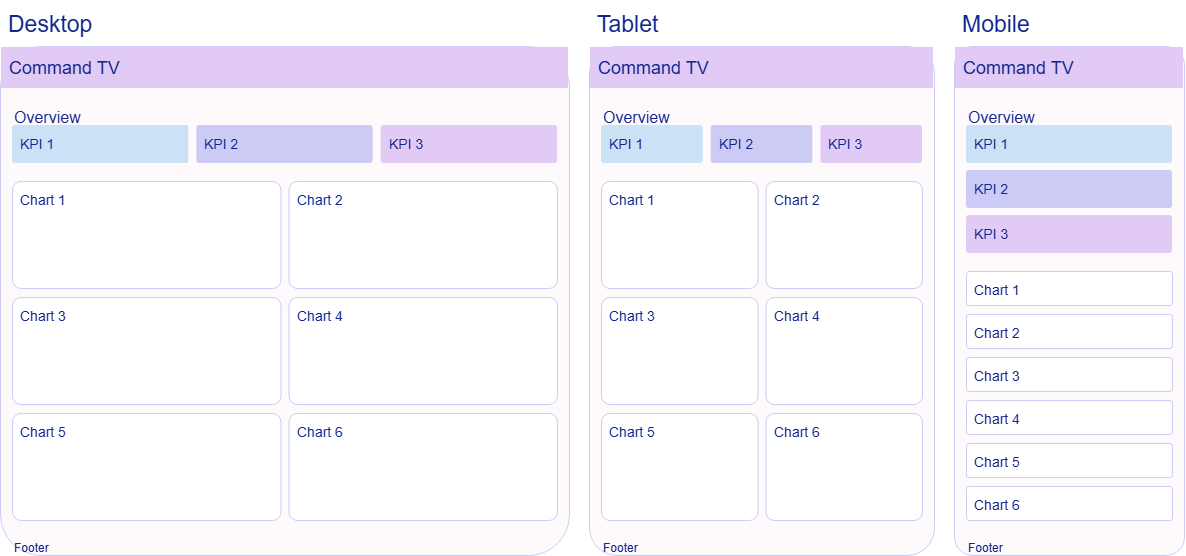
This is images/responsive-layout.png from bryrourke/info3171-project, a draw.io export, as it was before one commit. Source tidied: cells renumbered, new cells last; positions are measured from the earlier drawing's top-left corner, leaving out a move shared by most shapes.
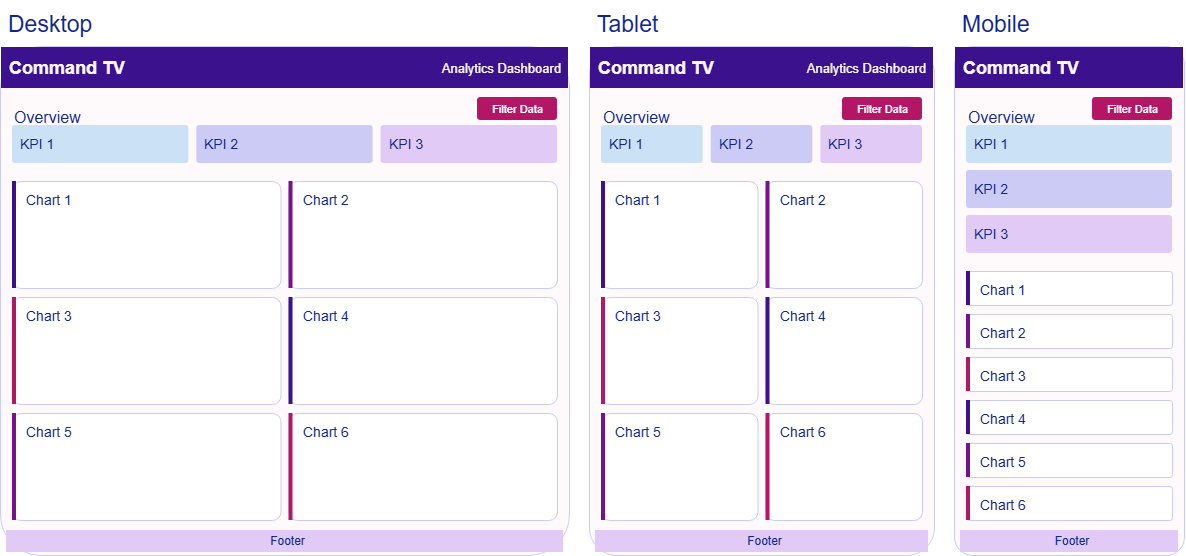
After the change.

Diff of the diagram source:
```diff
@@ -8,7 +8,7 @@
     <mxCell id="3" style="rounded=1;whiteSpace=wrap;html=1;fillColor=#FEFAFB;strokeColor=#CBCBF6;fontColor=#11268D;fontSize=14;fontFamily=Arial;align=left;verticalAlign=top;spacingLeft=6;spacingTop=4;arcSize=8;" parent="1" vertex="1">
       <mxGeometry y="46" width="569" height="509" as="geometry" />
     </mxCell>
-    <mxCell id="4" value="Command TV" style="rounded=0;whiteSpace=wrap;html=1;fillColor=#E1CBF6;strokeColor=none;fontColor=#11268D;fontSize=18;fontFamily=Arial;align=left;verticalAlign=top;spacingLeft=6;spacingTop=4;arcSize=8;" parent="1" vertex="1">
+    <mxCell id="4" value="Command TV" style="rounded=0;whiteSpace=wrap;html=1;fillColor=#3B118D;strokeColor=none;fontColor=#FEFAFB;fontSize=18;fontFamily=Arial;align=left;verticalAlign=top;spacingLeft=6;spacingTop=4;arcSize=8;fontStyle=1;" parent="1" vertex="1">
       <mxGeometry x="1" y="47" width="567" height="41" as="geometry" />
     </mxCell>
     <mxCell id="5" value="Overview" style="rounded=0;whiteSpace=wrap;html=1;fillColor=none;strokeColor=none;fontColor=#11268D;fontSize=16;fontFamily=Arial;align=left;verticalAlign=top;spacingLeft=6;spacingTop=4;arcSize=8;" parent="1" vertex="1">
@@ -23,25 +23,25 @@
     <mxCell id="8" value="KPI 3" style="rounded=1;whiteSpace=wrap;html=1;fillColor=#E1CBF6;strokeColor=none;fontColor=#11268D;fontSize=14;fontFamily=Arial;align=left;verticalAlign=top;spacingLeft=6;spacingTop=4;arcSize=8;" parent="1" vertex="1">
       <mxGeometry x="380.7" y="125" width="176.3" height="38" as="geometry" />
     </mxCell>
-    <mxCell id="9" value="Chart 1" style="rounded=1;whiteSpace=wrap;html=1;fillColor=#FFFFFF;strokeColor=#CBCBF6;fontColor=#11268D;fontSize=14;fontFamily=Arial;align=left;verticalAlign=top;spacingLeft=6;spacingTop=4;arcSize=8;" parent="1" vertex="1">
+    <mxCell id="9" value="Chart 1" style="rounded=1;whiteSpace=wrap;html=1;fillColor=#FFFFFF;strokeColor=#CBCBF6;fontColor=#11268D;fontSize=14;fontFamily=Arial;align=left;verticalAlign=top;spacingLeft=12;spacingTop=4;arcSize=8;" parent="1" vertex="1">
       <mxGeometry x="12" y="181" width="268.5" height="107" as="geometry" />
     </mxCell>
-    <mxCell id="10" value="Chart 2" style="rounded=1;whiteSpace=wrap;html=1;fillColor=#FFFFFF;strokeColor=#CBCBF6;fontColor=#11268D;fontSize=14;fontFamily=Arial;align=left;verticalAlign=top;spacingLeft=6;spacingTop=4;arcSize=8;" parent="1" vertex="1">
+    <mxCell id="10" value="Chart 2" style="rounded=1;whiteSpace=wrap;html=1;fillColor=#FFFFFF;strokeColor=#CBCBF6;fontColor=#11268D;fontSize=14;fontFamily=Arial;align=left;verticalAlign=top;spacingLeft=12;spacingTop=4;arcSize=8;" parent="1" vertex="1">
       <mxGeometry x="288.5" y="181" width="268.5" height="107" as="geometry" />
     </mxCell>
-    <mxCell id="11" value="Chart 3" style="rounded=1;whiteSpace=wrap;html=1;fillColor=#FFFFFF;strokeColor=#CBCBF6;fontColor=#11268D;fontSize=14;fontFamily=Arial;align=left;verticalAlign=top;spacingLeft=6;spacingTop=4;arcSize=8;" parent="1" vertex="1">
+    <mxCell id="11" value="Chart 3" style="rounded=1;whiteSpace=wrap;html=1;fillColor=#FFFFFF;strokeColor=#CBCBF6;fontColor=#11268D;fontSize=14;fontFamily=Arial;align=left;verticalAlign=top;spacingLeft=12;spacingTop=4;arcSize=8;" parent="1" vertex="1">
       <mxGeometry x="12" y="297" width="268.5" height="107" as="geometry" />
     </mxCell>
-    <mxCell id="12" value="Chart 4" style="rounded=1;whiteSpace=wrap;html=1;fillColor=#FFFFFF;strokeColor=#CBCBF6;fontColor=#11268D;fontSize=14;fontFamily=Arial;align=left;verticalAlign=top;spacingLeft=6;spacingTop=4;arcSize=8;" parent="1" vertex="1">
+    <mxCell id="12" value="Chart 4" style="rounded=1;whiteSpace=wrap;html=1;fillColor=#FFFFFF;strokeColor=#CBCBF6;fontColor=#11268D;fontSize=14;fontFamily=Arial;align=left;verticalAlign=top;spacingLeft=12;spacingTop=4;arcSize=8;" parent="1" vertex="1">
       <mxGeometry x="288.5" y="297" width="268.5" height="107" as="geometry" />
     </mxCell>
-    <mxCell id="13" value="Chart 5" style="rounded=1;whiteSpace=wrap;html=1;fillColor=#FFFFFF;strokeColor=#CBCBF6;fontColor=#11268D;fontSize=14;fontFamily=Arial;align=left;verticalAlign=top;spacingLeft=6;spacingTop=4;arcSize=8;" parent="1" vertex="1">
+    <mxCell id="13" value="Chart 5" style="rounded=1;whiteSpace=wrap;html=1;fillColor=#FFFFFF;strokeColor=#CBCBF6;fontColor=#11268D;fontSize=14;fontFamily=Arial;align=left;verticalAlign=top;spacingLeft=12;spacingTop=4;arcSize=8;" parent="1" vertex="1">
       <mxGeometry x="12" y="413" width="268.5" height="107" as="geometry" />
     </mxCell>
-    <mxCell id="14" value="Chart 6" style="rounded=1;whiteSpace=wrap;html=1;fillColor=#FFFFFF;strokeColor=#CBCBF6;fontColor=#11268D;fontSize=14;fontFamily=Arial;align=left;verticalAlign=top;spacingLeft=6;spacingTop=4;arcSize=8;" parent="1" vertex="1">
+    <mxCell id="14" value="Chart 6" style="rounded=1;whiteSpace=wrap;html=1;fillColor=#FFFFFF;strokeColor=#CBCBF6;fontColor=#11268D;fontSize=14;fontFamily=Arial;align=left;verticalAlign=top;spacingLeft=12;spacingTop=4;arcSize=8;" parent="1" vertex="1">
       <mxGeometry x="288.5" y="413" width="268.5" height="107" as="geometry" />
     </mxCell>
-    <mxCell id="15" value="Footer" style="rounded=0;whiteSpace=wrap;html=1;fillColor=none;strokeColor=none;fontColor=#11268D;fontSize=12;fontFamily=Arial;align=left;verticalAlign=top;spacingLeft=6;spacingTop=4;arcSize=8;" parent="1" vertex="1">
+    <mxCell id="15" value="Footer" style="rounded=0;whiteSpace=wrap;html=1;fillColor=#E1CBF6;strokeColor=none;fontColor=#11268D;fontSize=12;fontFamily=Arial;align=center;verticalAlign=middle;spacingLeft=6;spacingTop=0;arcSize=8;" parent="1" vertex="1">
       <mxGeometry x="6" y="530" width="557" height="22" as="geometry" />
     </mxCell>
     <mxCell id="16" value="Tablet" style="rounded=0;whiteSpace=wrap;html=1;fillColor=none;strokeColor=none;fontColor=#11268D;fontSize=23;fontFamily=Arial;align=left;verticalAlign=top;spacingLeft=6;spacingTop=4;arcSize=8;" parent="1" vertex="1">
@@ -50,7 +50,7 @@
     <mxCell id="17" style="rounded=1;whiteSpace=wrap;html=1;fillColor=#FEFAFB;strokeColor=#CBCBF6;fontColor=#11268D;fontSize=14;fontFamily=Arial;align=left;verticalAlign=top;spacingLeft=6;spacingTop=4;arcSize=8;" parent="1" vertex="1">
       <mxGeometry x="589" y="46" width="345" height="509" as="geometry" />
     </mxCell>
-    <mxCell id="18" value="Command TV" style="rounded=0;whiteSpace=wrap;html=1;fillColor=#E1CBF6;strokeColor=none;fontColor=#11268D;fontSize=18;fontFamily=Arial;align=left;verticalAlign=top;spacingLeft=6;spacingTop=4;arcSize=8;" parent="1" vertex="1">
+    <mxCell id="18" value="Command TV" style="rounded=0;whiteSpace=wrap;html=1;fillColor=#3B118D;strokeColor=none;fontColor=#FEFAFB;fontSize=18;fontFamily=Arial;align=left;verticalAlign=top;spacingLeft=6;spacingTop=4;arcSize=8;fontStyle=1;" parent="1" vertex="1">
       <mxGeometry x="590" y="47" width="343" height="41" as="geometry" />
     </mxCell>
     <mxCell id="19" value="Overview" style="rounded=0;whiteSpace=wrap;html=1;fillColor=none;strokeColor=none;fontColor=#11268D;fontSize=16;fontFamily=Arial;align=left;verticalAlign=top;spacingLeft=6;spacingTop=4;arcSize=8;" parent="1" vertex="1">
@@ -65,25 +65,25 @@
     <mxCell id="22" value="KPI 3" style="rounded=1;whiteSpace=wrap;html=1;fillColor=#E1CBF6;strokeColor=none;fontColor=#11268D;fontSize=14;fontFamily=Arial;align=left;verticalAlign=top;spacingLeft=6;spacingTop=4;arcSize=8;" parent="1" vertex="1">
       <mxGeometry x="820.3" y="125" width="101.7" height="38" as="geometry" />
     </mxCell>
-    <mxCell id="23" value="Chart 1" style="rounded=1;whiteSpace=wrap;html=1;fillColor=#FFFFFF;strokeColor=#CBCBF6;fontColor=#11268D;fontSize=14;fontFamily=Arial;align=left;verticalAlign=top;spacingLeft=6;spacingTop=4;arcSize=8;" parent="1" vertex="1">
+    <mxCell id="23" value="Chart 1" style="rounded=1;whiteSpace=wrap;html=1;fillColor=#FFFFFF;strokeColor=#CBCBF6;fontColor=#11268D;fontSize=14;fontFamily=Arial;align=left;verticalAlign=top;spacingLeft=12;spacingTop=4;arcSize=8;" parent="1" vertex="1">
       <mxGeometry x="601" y="181" width="156.5" height="107" as="geometry" />
     </mxCell>
-    <mxCell id="24" value="Chart 2" style="rounded=1;whiteSpace=wrap;html=1;fillColor=#FFFFFF;strokeColor=#CBCBF6;fontColor=#11268D;fontSize=14;fontFamily=Arial;align=left;verticalAlign=top;spacingLeft=6;spacingTop=4;arcSize=8;" parent="1" vertex="1">
+    <mxCell id="24" value="Chart 2" style="rounded=1;whiteSpace=wrap;html=1;fillColor=#FFFFFF;strokeColor=#CBCBF6;fontColor=#11268D;fontSize=14;fontFamily=Arial;align=left;verticalAlign=top;spacingLeft=12;spacingTop=4;arcSize=8;" parent="1" vertex="1">
       <mxGeometry x="765.5" y="181" width="156.5" height="107" as="geometry" />
     </mxCell>
-    <mxCell id="25" value="Chart 3" style="rounded=1;whiteSpace=wrap;html=1;fillColor=#FFFFFF;strokeColor=#CBCBF6;fontColor=#11268D;fontSize=14;fontFamily=Arial;align=left;verticalAlign=top;spacingLeft=6;spacingTop=4;arcSize=8;" parent="1" vertex="1">
+    <mxCell id="25" value="Chart 3" style="rounded=1;whiteSpace=wrap;html=1;fillColor=#FFFFFF;strokeColor=#CBCBF6;fontColor=#11268D;fontSize=14;fontFamily=Arial;align=left;verticalAlign=top;spacingLeft=12;spacingTop=4;arcSize=8;" parent="1" vertex="1">
       <mxGeometry x="601" y="297" width="156.5" height="107" as="geometry" />
     </mxCell>
-    <mxCell id="26" value="Chart 4" style="rounded=1;whiteSpace=wrap;html=1;fillColor=#FFFFFF;strokeColor=#CBCBF6;fontColor=#11268D;fontSize=14;fontFamily=Arial;align=left;verticalAlign=top;spacingLeft=6;spacingTop=4;arcSize=8;" parent="1" vertex="1">
+    <mxCell id="26" value="Chart 4" style="rounded=1;whiteSpace=wrap;html=1;fillColor=#FFFFFF;strokeColor=#CBCBF6;fontColor=#11268D;fontSize=14;fontFamily=Arial;align=left;verticalAlign=top;spacingLeft=12;spacingTop=4;arcSize=8;" parent="1" vertex="1">
       <mxGeometry x="765.5" y="297" width="156.5" height="107" as="geometry" />
     </mxCell>
-    <mxCell id="27" value="Chart 5" style="rounded=1;whiteSpace=wrap;html=1;fillColor=#FFFFFF;strokeColor=#CBCBF6;fontColor=#11268D;fontSize=14;fontFamily=Arial;align=left;verticalAlign=top;spacingLeft=6;spacingTop=4;arcSize=8;" parent="1" vertex="1">
+    <mxCell id="27" value="Chart 5" style="rounded=1;whiteSpace=wrap;html=1;fillColor=#FFFFFF;strokeColor=#CBCBF6;fontColor=#11268D;fontSize=14;fontFamily=Arial;align=left;verticalAlign=top;spacingLeft=12;spacingTop=4;arcSize=8;" parent="1" vertex="1">
       <mxGeometry x="601" y="413" width="156.5" height="107" as="geometry" />
     </mxCell>
-    <mxCell id="28" value="Chart 6" style="rounded=1;whiteSpace=wrap;html=1;fillColor=#FFFFFF;strokeColor=#CBCBF6;fontColor=#11268D;fontSize=14;fontFamily=Arial;align=left;verticalAlign=top;spacingLeft=6;spacingTop=4;arcSize=8;" parent="1" vertex="1">
+    <mxCell id="28" value="Chart 6" style="rounded=1;whiteSpace=wrap;html=1;fillColor=#FFFFFF;strokeColor=#CBCBF6;fontColor=#11268D;fontSize=14;fontFamily=Arial;align=left;verticalAlign=top;spacingLeft=12;spacingTop=4;arcSize=8;" parent="1" vertex="1">
       <mxGeometry x="765.5" y="413" width="156.5" height="107" as="geometry" />
     </mxCell>
-    <mxCell id="29" value="Footer" style="rounded=0;whiteSpace=wrap;html=1;fillColor=none;strokeColor=none;fontColor=#11268D;fontSize=12;fontFamily=Arial;align=left;verticalAlign=top;spacingLeft=6;spacingTop=4;arcSize=8;" parent="1" vertex="1">
+    <mxCell id="29" value="Footer" style="rounded=0;whiteSpace=wrap;html=1;fillColor=#E1CBF6;strokeColor=none;fontColor=#11268D;fontSize=12;fontFamily=Arial;align=center;verticalAlign=middle;spacingLeft=6;spacingTop=0;arcSize=8;" parent="1" vertex="1">
       <mxGeometry x="595" y="530" width="333" height="22" as="geometry" />
     </mxCell>
     <mxCell id="30" value="Mobile" style="rounded=0;whiteSpace=wrap;html=1;fillColor=none;strokeColor=none;fontColor=#11268D;fontSize=23;fontFamily=Arial;align=left;verticalAlign=top;spacingLeft=6;spacingTop=4;arcSize=8;" parent="1" vertex="1">
@@ -92,7 +92,7 @@
     <mxCell id="31" style="rounded=1;whiteSpace=wrap;html=1;fillColor=#FEFAFB;strokeColor=#CBCBF6;fontColor=#11268D;fontSize=14;fontFamily=Arial;align=left;verticalAlign=top;spacingLeft=6;spacingTop=4;arcSize=8;" parent="1" vertex="1">
       <mxGeometry x="954" y="46" width="230" height="509" as="geometry" />
     </mxCell>
-    <mxCell id="32" value="Command TV" style="rounded=0;whiteSpace=wrap;html=1;fillColor=#E1CBF6;strokeColor=none;fontColor=#11268D;fontSize=18;fontFamily=Arial;align=left;verticalAlign=top;spacingLeft=6;spacingTop=4;arcSize=8;" parent="1" vertex="1">
+    <mxCell id="32" value="Command TV" style="rounded=0;whiteSpace=wrap;html=1;fillColor=#3B118D;strokeColor=none;fontColor=#FEFAFB;fontSize=18;fontFamily=Arial;align=left;verticalAlign=top;spacingLeft=6;spacingTop=4;arcSize=8;fontStyle=1;" parent="1" vertex="1">
       <mxGeometry x="955" y="47" width="228" height="41" as="geometry" />
     </mxCell>
     <mxCell id="33" value="Overview" style="rounded=0;whiteSpace=wrap;html=1;fillColor=none;strokeColor=none;fontColor=#11268D;fontSize=16;fontFamily=Arial;align=left;verticalAlign=top;spacingLeft=6;spacingTop=4;arcSize=8;" parent="1" vertex="1">
@@ -107,26 +107,95 @@
     <mxCell id="36" value="KPI 3" style="rounded=1;whiteSpace=wrap;html=1;fillColor=#E1CBF6;strokeColor=none;fontColor=#11268D;fontSize=14;fontFamily=Arial;align=left;verticalAlign=top;spacingLeft=6;spacingTop=4;arcSize=8;" parent="1" vertex="1">
       <mxGeometry x="966" y="215" width="206" height="38" as="geometry" />
     </mxCell>
-    <mxCell id="37" value="Chart 1" style="rounded=1;whiteSpace=wrap;html=1;fillColor=#FFFFFF;strokeColor=#CBCBF6;fontColor=#11268D;fontSize=14;fontFamily=Arial;align=left;verticalAlign=top;spacingLeft=6;spacingTop=4;arcSize=8;" parent="1" vertex="1">
+    <mxCell id="37" value="Chart 1" style="rounded=1;whiteSpace=wrap;html=1;fillColor=#FFFFFF;strokeColor=#CBCBF6;fontColor=#11268D;fontSize=14;fontFamily=Arial;align=left;verticalAlign=top;spacingLeft=12;spacingTop=4;arcSize=8;" parent="1" vertex="1">
       <mxGeometry x="966" y="271" width="206" height="34" as="geometry" />
     </mxCell>
-    <mxCell id="38" value="Chart 2" style="rounded=1;whiteSpace=wrap;html=1;fillColor=#FFFFFF;strokeColor=#CBCBF6;fontColor=#11268D;fontSize=14;fontFamily=Arial;align=left;verticalAlign=top;spacingLeft=6;spacingTop=4;arcSize=8;" parent="1" vertex="1">
+    <mxCell id="38" value="Chart 2" style="rounded=1;whiteSpace=wrap;html=1;fillColor=#FFFFFF;strokeColor=#CBCBF6;fontColor=#11268D;fontSize=14;fontFamily=Arial;align=left;verticalAlign=top;spacingLeft=12;spacingTop=4;arcSize=8;" parent="1" vertex="1">
       <mxGeometry x="966" y="314" width="206" height="34" as="geometry" />
     </mxCell>
-    <mxCell id="39" value="Chart 3" style="rounded=1;whiteSpace=wrap;html=1;fillColor=#FFFFFF;strokeColor=#CBCBF6;fontColor=#11268D;fontSize=14;fontFamily=Arial;align=left;verticalAlign=top;spacingLeft=6;spacingTop=4;arcSize=8;" parent="1" vertex="1">
+    <mxCell id="39" value="Chart 3" style="rounded=1;whiteSpace=wrap;html=1;fillColor=#FFFFFF;strokeColor=#CBCBF6;fontColor=#11268D;fontSize=14;fontFamily=Arial;align=left;verticalAlign=top;spacingLeft=12;spacingTop=4;arcSize=8;" parent="1" vertex="1">
       <mxGeometry x="966" y="357" width="206" height="34" as="geometry" />
     </mxCell>
-    <mxCell id="40" value="Chart 4" style="rounded=1;whiteSpace=wrap;html=1;fillColor=#FFFFFF;strokeColor=#CBCBF6;fontColor=#11268D;fontSize=14;fontFamily=Arial;align=left;verticalAlign=top;spacingLeft=6;spacingTop=4;arcSize=8;" parent="1" vertex="1">
+    <mxCell id="40" value="Chart 4" style="rounded=1;whiteSpace=wrap;html=1;fillColor=#FFFFFF;strokeColor=#CBCBF6;fontColor=#11268D;fontSize=14;fontFamily=Arial;align=left;verticalAlign=top;spacingLeft=12;spacingTop=4;arcSize=8;" parent="1" vertex="1">
       <mxGeometry x="966" y="400" width="206" height="34" as="geometry" />
     </mxCell>
-    <mxCell id="41" value="Chart 5" style="rounded=1;whiteSpace=wrap;html=1;fillColor=#FFFFFF;strokeColor=#CBCBF6;fontColor=#11268D;fontSize=14;fontFamily=Arial;align=left;verticalAlign=top;spacingLeft=6;spacingTop=4;arcSize=8;" parent="1" vertex="1">
+    <mxCell id="41" value="Chart 5" style="rounded=1;whiteSpace=wrap;html=1;fillColor=#FFFFFF;strokeColor=#CBCBF6;fontColor=#11268D;fontSize=14;fontFamily=Arial;align=left;verticalAlign=top;spacingLeft=12;spacingTop=4;arcSize=8;" parent="1" vertex="1">
       <mxGeometry x="966" y="443" width="206" height="34" as="geometry" />
     </mxCell>
-    <mxCell id="42" value="Chart 6" style="rounded=1;whiteSpace=wrap;html=1;fillColor=#FFFFFF;strokeColor=#CBCBF6;fontColor=#11268D;fontSize=14;fontFamily=Arial;align=left;verticalAlign=top;spacingLeft=6;spacingTop=4;arcSize=8;" parent="1" vertex="1">
+    <mxCell id="42" value="Chart 6" style="rounded=1;whiteSpace=wrap;html=1;fillColor=#FFFFFF;strokeColor=#CBCBF6;fontColor=#11268D;fontSize=14;fontFamily=Arial;align=left;verticalAlign=top;spacingLeft=12;spacingTop=4;arcSize=8;" parent="1" vertex="1">
       <mxGeometry x="966" y="486" width="206" height="34" as="geometry" />
     </mxCell>
-    <mxCell id="43" value="Footer" style="rounded=0;whiteSpace=wrap;html=1;fillColor=none;strokeColor=none;fontColor=#11268D;fontSize=12;fontFamily=Arial;align=left;verticalAlign=top;spacingLeft=6;spacingTop=4;arcSize=8;" parent="1" vertex="1">
+    <mxCell id="43" value="Footer" style="rounded=0;whiteSpace=wrap;html=1;fillColor=#E1CBF6;strokeColor=none;fontColor=#11268D;fontSize=12;fontFamily=Arial;align=center;verticalAlign=middle;spacingLeft=6;spacingTop=0;arcSize=8;" parent="1" vertex="1">
       <mxGeometry x="960" y="530" width="218" height="22" as="geometry" />
     </mxCell>
+    <mxCell id="44" value="Analytics Dashboard" style="text;html=1;strokeColor=none;fillColor=none;align=right;verticalAlign=middle;fontColor=#FEFAFB;fontSize=13;" parent="1" vertex="1">
+      <mxGeometry x="388" y="47" width="174" height="41" as="geometry" />
+    </mxCell>
+    <mxCell id="45" value="Filter Data" style="rounded=1;html=1;fillColor=#B21665;strokeColor=none;fontColor=#FFFFFF;fontSize=11;align=center;verticalAlign=middle;" parent="1" vertex="1">
+      <mxGeometry x="477" y="97" width="80" height="23" as="geometry" />
+    </mxCell>
+    <mxCell id="46" style="rounded=0;html=1;fillColor=#3B118D;strokeColor=none;" parent="1" vertex="1">
+      <mxGeometry x="12" y="181" width="4" height="107" as="geometry" />
+    </mxCell>
+    <mxCell id="47" style="rounded=0;html=1;fillColor=#78118D;strokeColor=none;" parent="1" vertex="1">
+      <mxGeometry x="288.5" y="181" width="4" height="107" as="geometry" />
+    </mxCell>
+    <mxCell id="48" style="rounded=0;html=1;fillColor=#B21665;strokeColor=none;" parent="1" vertex="1">
+      <mxGeometry x="12" y="297" width="4" height="107" as="geometry" />
+    </mxCell>
+    <mxCell id="49" style="rounded=0;html=1;fillColor=#3B118D;strokeColor=none;" parent="1" vertex="1">
+      <mxGeometry x="288.5" y="297" width="4" height="107" as="geometry" />
+    </mxCell>
+    <mxCell id="50" style="rounded=0;html=1;fillColor=#78118D;strokeColor=none;" parent="1" vertex="1">
+      <mxGeometry x="12" y="413" width="4" height="107" as="geometry" />
+    </mxCell>
+    <mxCell id="51" style="rounded=0;html=1;fillColor=#B21665;strokeColor=none;" parent="1" vertex="1">
+      <mxGeometry x="288.5" y="413" width="4" height="107" as="geometry" />
+    </mxCell>
+    <mxCell id="52" value="Analytics Dashboard" style="text;html=1;strokeColor=none;fillColor=none;align=right;verticalAlign=middle;fontColor=#FEFAFB;fontSize=13;" parent="1" vertex="1">
+      <mxGeometry x="753" y="47" width="174" height="41" as="geometry" />
+    </mxCell>
+    <mxCell id="53" value="Filter Data" style="rounded=1;html=1;fillColor=#B21665;strokeColor=none;fontColor=#FFFFFF;fontSize=11;align=center;verticalAlign=middle;" parent="1" vertex="1">
+      <mxGeometry x="842" y="97" width="80" height="23" as="geometry" />
+    </mxCell>
+    <mxCell id="54" style="rounded=0;html=1;fillColor=#3B118D;strokeColor=none;" parent="1" vertex="1">
+      <mxGeometry x="601" y="181" width="4" height="107" as="geometry" />
+    </mxCell>
+    <mxCell id="55" style="rounded=0;html=1;fillColor=#78118D;strokeColor=none;" parent="1" vertex="1">
+      <mxGeometry x="765.5" y="181" width="4" height="107" as="geometry" />
+    </mxCell>
+    <mxCell id="56" style="rounded=0;html=1;fillColor=#B21665;strokeColor=none;" parent="1" vertex="1">
+      <mxGeometry x="601" y="297" width="4" height="107" as="geometry" />
+    </mxCell>
+    <mxCell id="57" style="rounded=0;html=1;fillColor=#3B118D;strokeColor=none;" parent="1" vertex="1">
+      <mxGeometry x="765.5" y="297" width="4" height="107" as="geometry" />
+    </mxCell>
+    <mxCell id="58" style="rounded=0;html=1;fillColor=#78118D;strokeColor=none;" parent="1" vertex="1">
+      <mxGeometry x="601" y="413" width="4" height="107" as="geometry" />
+    </mxCell>
+    <mxCell id="59" style="rounded=0;html=1;fillColor=#B21665;strokeColor=none;" parent="1" vertex="1">
+      <mxGeometry x="765.5" y="413" width="4" height="107" as="geometry" />
+    </mxCell>
+    <mxCell id="60" value="Filter Data" style="rounded=1;html=1;fillColor=#B21665;strokeColor=none;fontColor=#FFFFFF;fontSize=11;align=center;verticalAlign=middle;" parent="1" vertex="1">
+      <mxGeometry x="1092" y="97" width="80" height="23" as="geometry" />
+    </mxCell>
+    <mxCell id="61" style="rounded=0;html=1;fillColor=#3B118D;strokeColor=none;" parent="1" vertex="1">
+      <mxGeometry x="966" y="271" width="4" height="34" as="geometry" />
+    </mxCell>
+    <mxCell id="62" style="rounded=0;html=1;fillColor=#78118D;strokeColor=none;" parent="1" vertex="1">
+      <mxGeometry x="966" y="314" width="4" height="34" as="geometry" />
+    </mxCell>
+    <mxCell id="63" style="rounded=0;html=1;fillColor=#B21665;strokeColor=none;" parent="1" vertex="1">
+      <mxGeometry x="966" y="357" width="4" height="34" as="geometry" />
+    </mxCell>
+    <mxCell id="64" style="rounded=0;html=1;fillColor=#3B118D;strokeColor=none;" parent="1" vertex="1">
+      <mxGeometry x="966" y="400" width="4" height="34" as="geometry" />
+    </mxCell>
+    <mxCell id="65" style="rounded=0;html=1;fillColor=#78118D;strokeColor=none;" parent="1" vertex="1">
+      <mxGeometry x="966" y="443" width="4" height="34" as="geometry" />
+    </mxCell>
+    <mxCell id="66" style="rounded=0;html=1;fillColor=#B21665;strokeColor=none;" parent="1" vertex="1">
+      <mxGeometry x="966" y="486" width="4" height="34" as="geometry" />
+    </mxCell>
   </root>
 </mxGraphModel>
```
